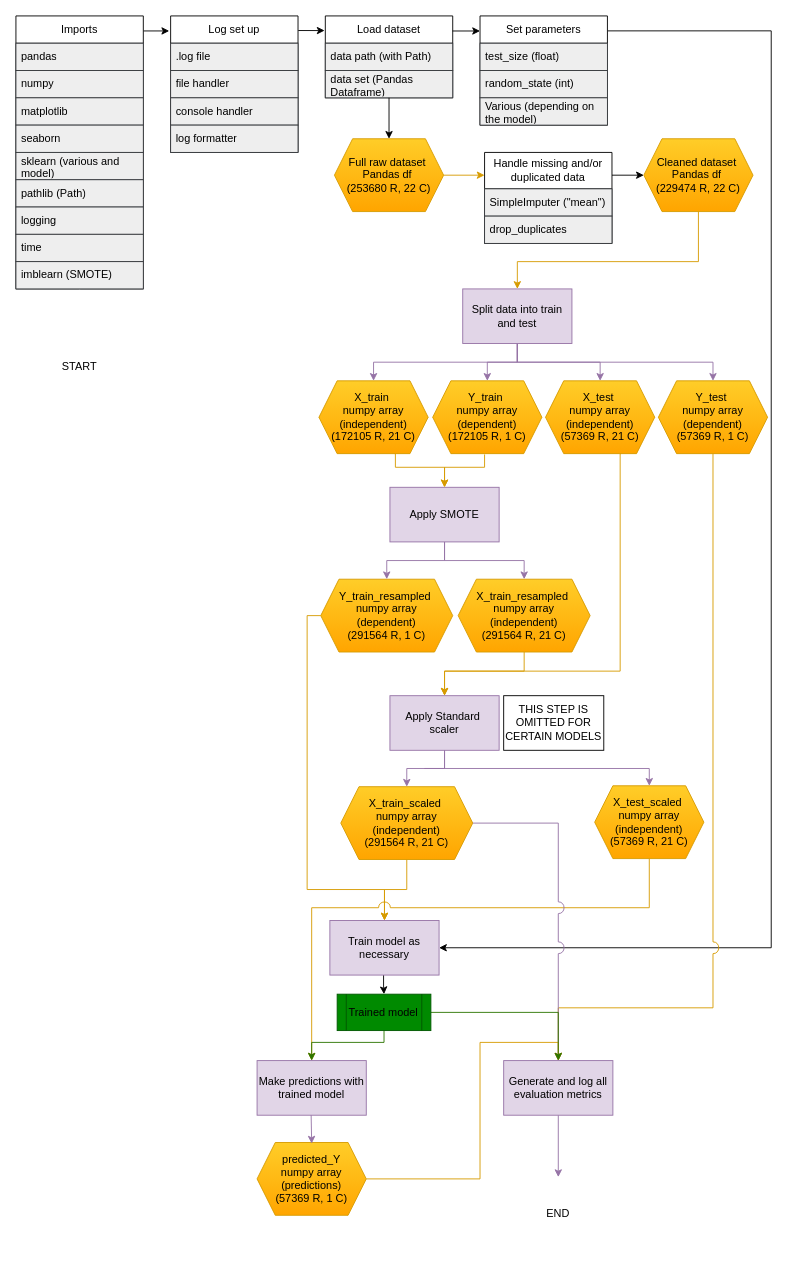
Above: diagrams_and_pictures/workflow/scripts_general_flow.drawio in Rouxxel/thesis-bachelor (draw.io), before the change. Source tidied: cells renumbered, new cells numbered last; positions are measured from the earlier drawing's top-left corner, leaving out a move shared by most shapes. Both pictures are drawn from the tidied source at 91%, with x=0, y=0 at pixel (15, 15).
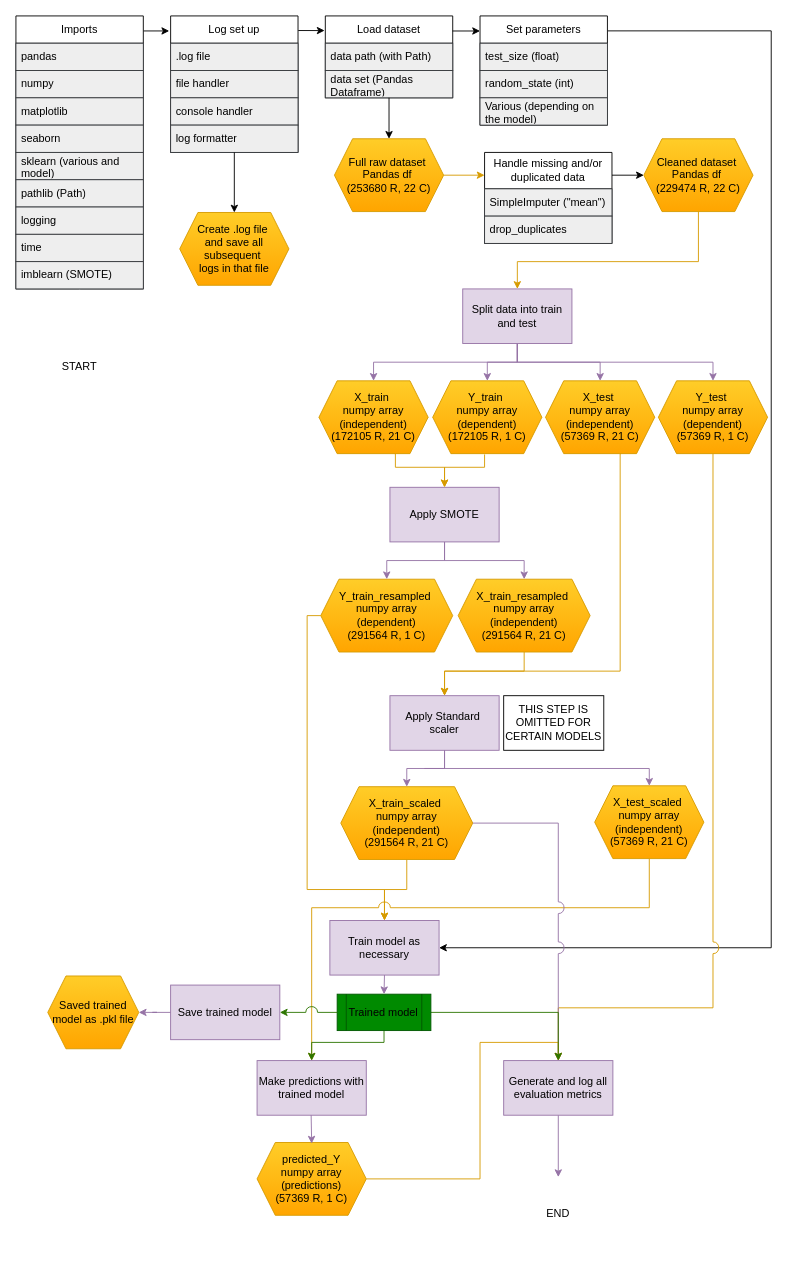
Above is the later version.

The change refers to these unchanged cells:
```xml
<mxCell id="12" value="Train model as necessary" style="rounded=0;whiteSpace=wrap;html=1;fillColor=#e1d5e7;strokeColor=#9673a6;fontColor=#000000;" parent="1" vertex="1">
  <mxGeometry x="345" y="994" width="120" height="60" as="geometry" />
</mxCell>
<mxCell id="25" value="Log set up" style="swimlane;fontStyle=0;horizontal=1;startSize=30;whiteSpace=wrap;html=1;" parent="1" vertex="1">
  <mxGeometry x="170" width="140" height="150" as="geometry" />
</mxCell>
<mxCell id="79" value="&lt;font style=&quot;color: rgb(0, 0, 0);&quot;&gt;Trained model&lt;/font&gt;" style="shape=process;whiteSpace=wrap;html=1;backgroundOutline=1;fillColor=#008a00;fontColor=#ffffff;strokeColor=#005700;" parent="1" vertex="1">
  <mxGeometry x="353" y="1075" width="103" height="40" as="geometry" />
</mxCell>
```

What changed in the source:
```diff
@@
-    <mxCell id="11" style="edgeStyle=orthogonalEdgeStyle;rounded=0;jettySize=auto;html=1;fontColor=#000000;entryX=0.5;entryY=0;entryDx=0;entryDy=0;" parent="1" edge="1" source="12" target="79">
-      <mxGeometry relative="1" as="geometry">
-        <Array as="points">
-          <mxPoint x="404" y="1066" />
-          <mxPoint x="405" y="1066" />
-        </Array>
-      </mxGeometry>
-    </mxCell>
@@
+    <mxCell id="80" value="Save trained model" style="rounded=0;whiteSpace=wrap;html=1;fillColor=#e1d5e7;strokeColor=#9673a6;fontColor=#000000;" parent="1" vertex="1">
+      <mxGeometry x="170" y="1065" width="120" height="60" as="geometry" />
+    </mxCell>
+    <mxCell id="81" value="Create .log file&amp;nbsp;&lt;div&gt;and save all subsequent&amp;nbsp;&lt;/div&gt;&lt;div&gt;logs in that file&lt;/div&gt;" style="shape=hexagon;perimeter=hexagonPerimeter2;whiteSpace=wrap;html=1;fixedSize=1;fillColor=#ffcd28;strokeColor=#d79b00;gradientColor=#ffa500;fontColor=#000000;" parent="1" vertex="1">
+      <mxGeometry x="180" y="216" width="120" height="80" as="geometry" />
+    </mxCell>
+    <mxCell id="82" style="edgeStyle=orthogonalEdgeStyle;rounded=0;jettySize=auto;html=1;exitX=0.5;exitY=1;exitDx=0;exitDy=0;entryX=0.5;entryY=0;entryDx=0;entryDy=0;entryPerimeter=0;" parent="1" edge="1" source="25" target="81">
+      <mxGeometry relative="1" as="geometry" />
+    </mxCell>
+    <mxCell id="83" style="edgeStyle=orthogonalEdgeStyle;rounded=0;jettySize=auto;html=1;entryX=1;entryY=0.5;entryDx=0;entryDy=0;exitX=0;exitY=0.5;exitDx=0;exitDy=0;strokeColor=light-dark(#2D7600, #73b14c);jumpStyle=arc;jumpSize=13;" parent="1" edge="1" source="79" target="80">
+      <mxGeometry relative="1" as="geometry" />
+    </mxCell>
+    <mxCell id="84" value="Saved trained model as .pkl file" style="shape=hexagon;perimeter=hexagonPerimeter2;whiteSpace=wrap;html=1;fixedSize=1;fillColor=#ffcd28;strokeColor=#d79b00;gradientColor=#ffa500;fontColor=#000000;" parent="1" vertex="1">
+      <mxGeometry x="35" y="1055" width="100" height="80" as="geometry" />
+    </mxCell>
+    <mxCell id="11" style="edgeStyle=orthogonalEdgeStyle;rounded=0;jettySize=auto;html=1;exitX=0.5;exitY=1;exitDx=0;exitDy=0;entryX=0.5;entryY=0;entryDx=0;entryDy=0;fillColor=#e1d5e7;strokeColor=#9673a6;fontColor=#000000;" parent="1" edge="1" source="12" target="79">
+      <mxGeometry relative="1" as="geometry" />
+    </mxCell>
+    <mxCell id="85" style="edgeStyle=orthogonalEdgeStyle;rounded=0;jettySize=auto;html=1;entryX=1;entryY=0.5;entryDx=0;entryDy=0;strokeColor=#9673A6;" parent="1" edge="1" source="80" target="84">
+      <mxGeometry relative="1" as="geometry" />
+    </mxCell>
```
